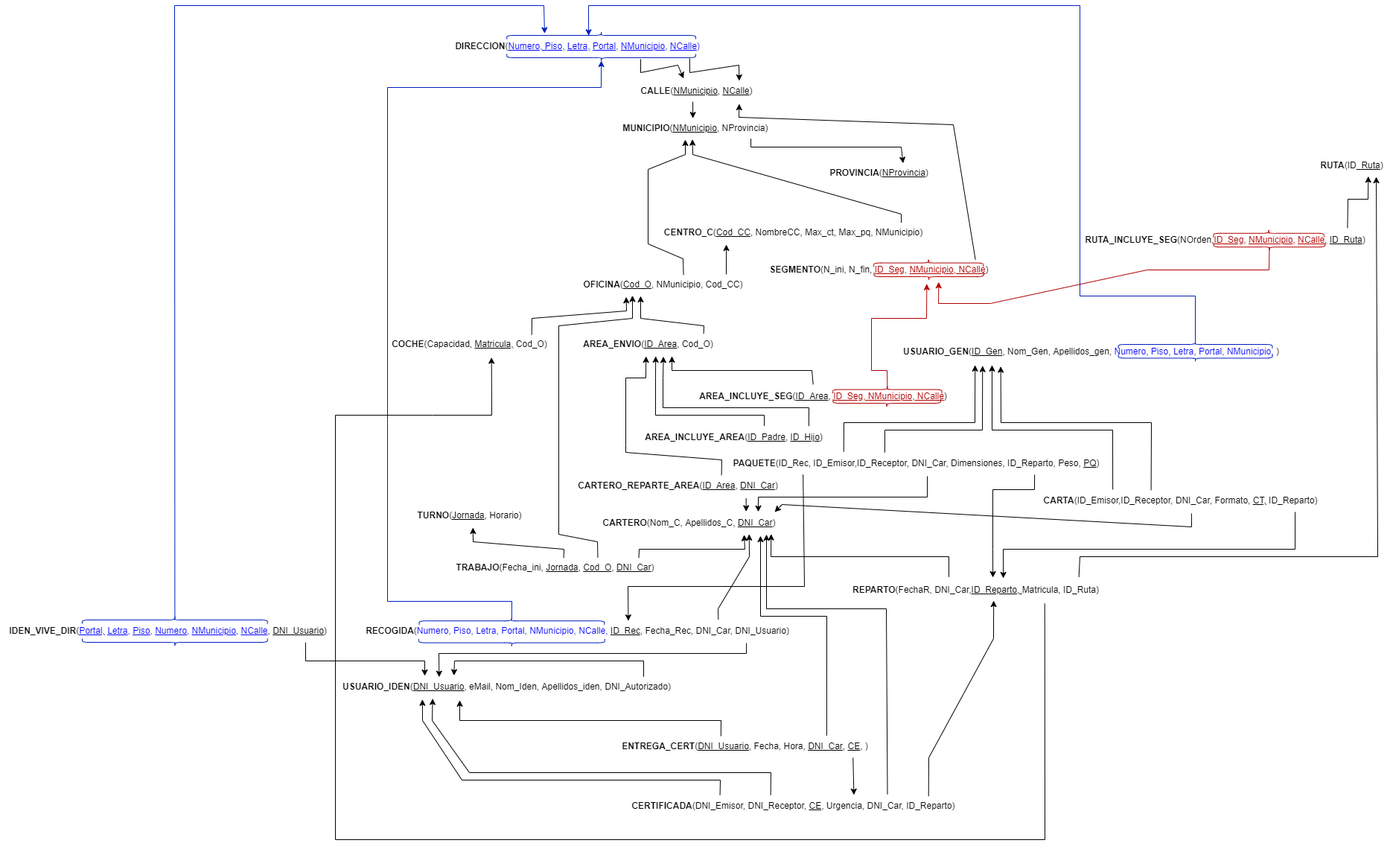
Before: Hito1/Modelo relacional.drawio.png, a diagram exported from draw.io (ErYavi/BBDD22). Source tidied: cells renumbered, new cells last; positions are measured from the earlier drawing's top-left corner, leaving out a move shared by most shapes.
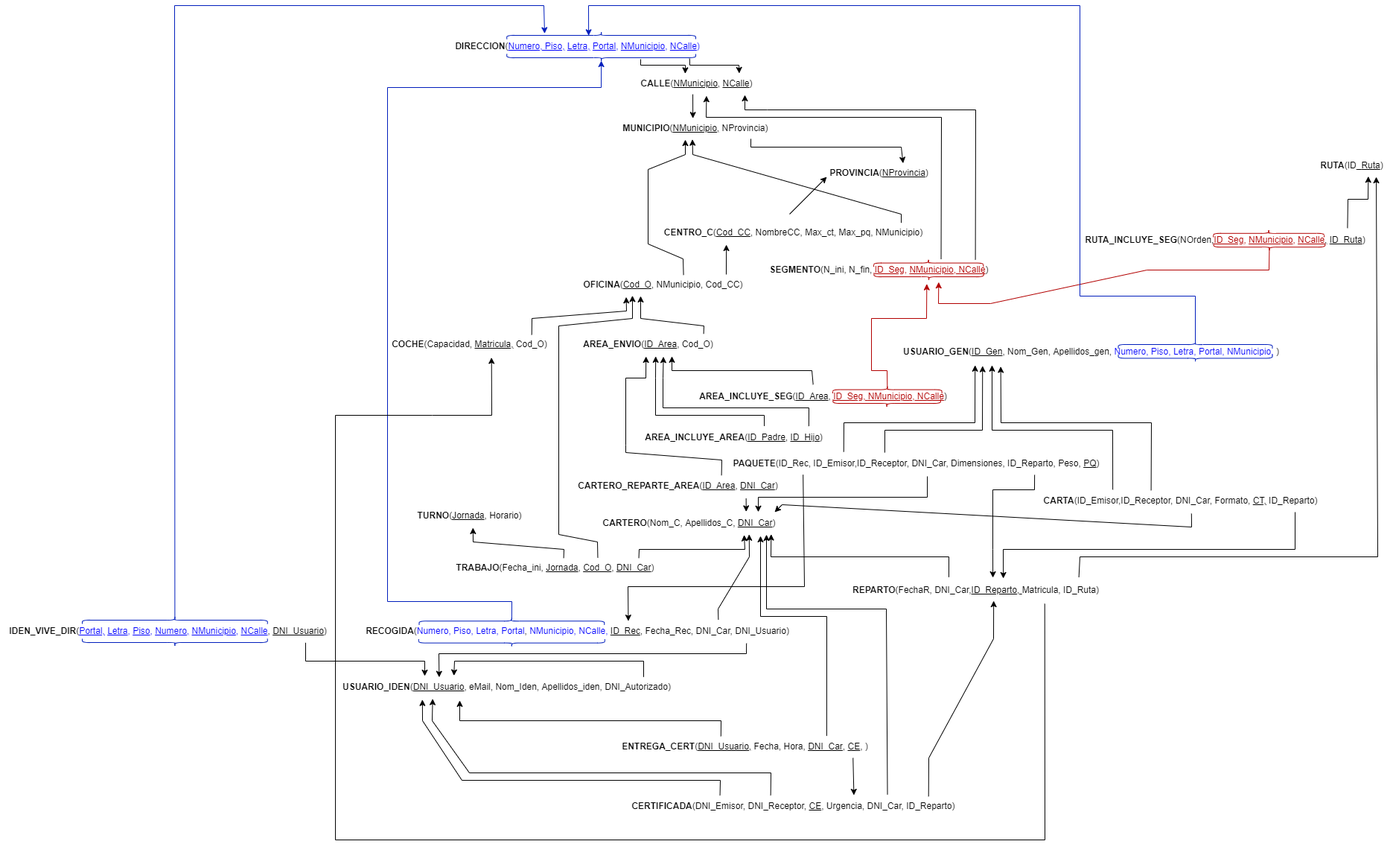
Later version of the same file.

What changed in the source:
```diff
@@ -6,7 +6,7 @@
       <mxGeometry x="600" y="127" width="350" height="30" as="geometry" />
     </mxCell>
     <mxCell id="3" value="&lt;b&gt;CALLE&lt;/b&gt;(&lt;u&gt;NMunicipio&lt;/u&gt;,&amp;nbsp;&lt;u&gt;NCalle&lt;/u&gt;)" style="text;html=1;align=center;verticalAlign=middle;points=[];strokeColor=none;fillColor=none;" parent="1" vertex="1">
-      <mxGeometry x="850" y="187" width="170" height="30" as="geometry" />
+      <mxGeometry x="850" y="177" width="170" height="30" as="geometry" />
     </mxCell>
     <mxCell id="4" value="&lt;span lang=&quot;es&quot;&gt;&lt;b&gt;MUNICIPIO&lt;/b&gt;(&lt;u&gt;NMunicipio,&lt;/u&gt;&amp;nbsp;NProvincia)&amp;nbsp;&lt;/span&gt;" style="text;html=1;align=center;verticalAlign=middle;points=[];strokeColor=none;fillColor=none;" parent="1" vertex="1">
       <mxGeometry x="825" y="237" width="220" height="30" as="geometry" />
@@ -59,7 +59,7 @@
     <mxCell id="14" style="endArrow=classic;html=1;rounded=0;exitX=0.931;exitY=1.039;exitDx=0;exitDy=0;exitPerimeter=0;entryX=0.838;entryY=0.032;entryDx=0;entryDy=0;entryPerimeter=0;" parent="1" edge="1" source="2" target="3">
       <mxGeometry relative="1" as="geometry">
         <Array as="points">
-          <mxPoint x="926" y="177" />
+          <mxPoint x="926" y="167" />
           <mxPoint x="992" y="167" />
         </Array>
       </mxGeometry>
@@ -67,11 +67,13 @@
     <mxCell id="15" style="endArrow=classic;html=1;rounded=0;entryX=0.478;entryY=0.044;entryDx=0;entryDy=0;entryPerimeter=0;exitX=0.471;exitY=0.97;exitDx=0;exitDy=0;exitPerimeter=0;" parent="1" edge="1" source="3" target="4">
       <mxGeometry relative="1" as="geometry" />
     </mxCell>
-    <mxCell id="16" style="endArrow=classic;html=1;rounded=0;exitX=0.905;exitY=0.032;exitDx=0;exitDy=0;exitPerimeter=0;entryX=0.838;entryY=1.067;entryDx=0;entryDy=0;entryPerimeter=0;" parent="1" edge="1" source="13" target="3">
+    <mxCell id="16" style="endArrow=classic;html=1;rounded=0;exitX=0.905;exitY=0.032;exitDx=0;exitDy=0;exitPerimeter=0;" parent="1" edge="1" source="13">
       <mxGeometry relative="1" as="geometry">
+        <mxPoint x="1000" y="207" as="targetPoint" />
         <Array as="points">
-          <mxPoint x="1280" y="247" />
-          <mxPoint x="992" y="237" />
+          <mxPoint x="1310" y="227" />
+          <mxPoint x="1030" y="227" />
+          <mxPoint x="1000" y="227" />
         </Array>
       </mxGeometry>
     </mxCell>
@@ -479,11 +481,11 @@
     <mxCell id="81" style="shape=curlyBracket;whiteSpace=wrap;html=1;rounded=1;flipH=1;labelPosition=right;verticalLabelPosition=middle;align=left;verticalAlign=middle;fontColor=#ffffff;rotation=-90;fillColor=#0050ef;strokeColor=#001DBC;" parent="1" vertex="1">
       <mxGeometry x="1600" y="438.6" width="10" height="206.9" as="geometry" />
     </mxCell>
-    <mxCell id="82" style="endArrow=classic;html=1;rounded=0;exitX=0.743;exitY=1.067;exitDx=0;exitDy=0;exitPerimeter=0;entryX=0.398;entryY=-0.072;entryDx=0;entryDy=0;entryPerimeter=0;" parent="1" edge="1" source="2" target="3">
+    <mxCell id="82" style="endArrow=classic;html=1;rounded=0;exitX=0.743;exitY=1.067;exitDx=0;exitDy=0;exitPerimeter=0;entryX=0.411;entryY=0.047;entryDx=0;entryDy=0;entryPerimeter=0;" parent="1" edge="1" source="2" target="3">
       <mxGeometry relative="1" as="geometry">
         <Array as="points">
-          <mxPoint x="860" y="177" />
-          <mxPoint x="910" y="167" />
+          <mxPoint x="860" y="167" />
+          <mxPoint x="920" y="167" />
         </Array>
       </mxGeometry>
     </mxCell>
@@ -505,5 +507,19 @@
     <mxCell id="88" style="shape=curlyBracket;whiteSpace=wrap;html=1;rounded=1;flipH=1;labelPosition=right;verticalLabelPosition=middle;align=left;verticalAlign=middle;fontColor=#ffffff;rotation=-90;fillColor=#e51400;strokeColor=#B20000;" parent="1" vertex="1">
       <mxGeometry x="1186.3" y="529.3" width="10" height="146.6" as="geometry" />
     </mxCell>
+    <mxCell id="89" style="endArrow=classic;html=1;rounded=0;strokeColor=#000000;fontColor=#B20000;" parent="1" edge="1">
+      <mxGeometry relative="1" as="geometry">
+        <mxPoint x="1060" y="367" as="sourcePoint" />
+        <mxPoint x="1110" y="317" as="targetPoint" />
+      </mxGeometry>
+    </mxCell>
+    <mxCell id="90" style="endArrow=classic;html=1;rounded=0;strokeColor=#000000;fontColor=#B20000;exitX=0.761;exitY=0.011;exitDx=0;exitDy=0;exitPerimeter=0;entryX=0.579;entryY=1.039;entryDx=0;entryDy=0;entryPerimeter=0;" parent="1" edge="1" source="13" target="3">
+      <mxGeometry relative="1" as="geometry">
+        <Array as="points">
+          <mxPoint x="1264" y="237" />
+          <mxPoint x="948" y="237" />
+        </Array>
+      </mxGeometry>
+    </mxCell>
   </root>
 </mxGraphModel>
```
